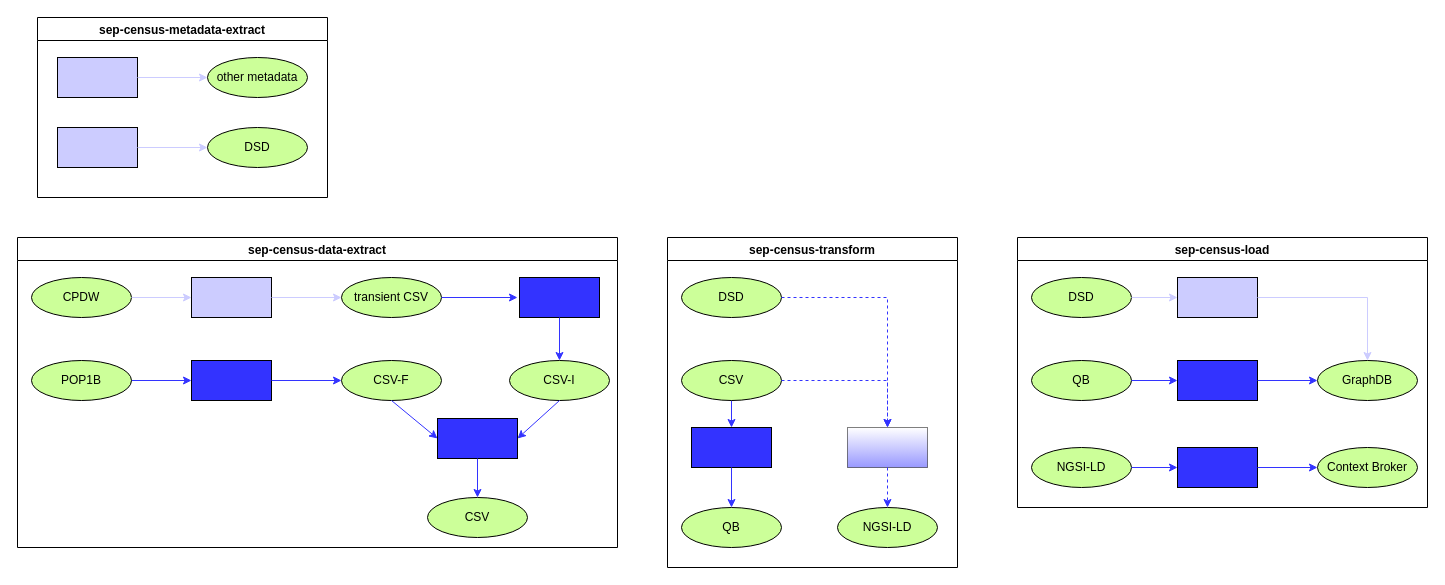
INTERSTAT/Statistics-Contextualized keeps this draw.io diagram as img/sep-flow.drawio. Above is the earlier version. Source tidied: cells renumbered, new cells numbered last; positions are measured from the earlier drawing's top-left corner, leaving out a move shared by most shapes. Both pictures are drawn from the tidied source at 100%, with x=0, y=0 at pixel (17, 17).
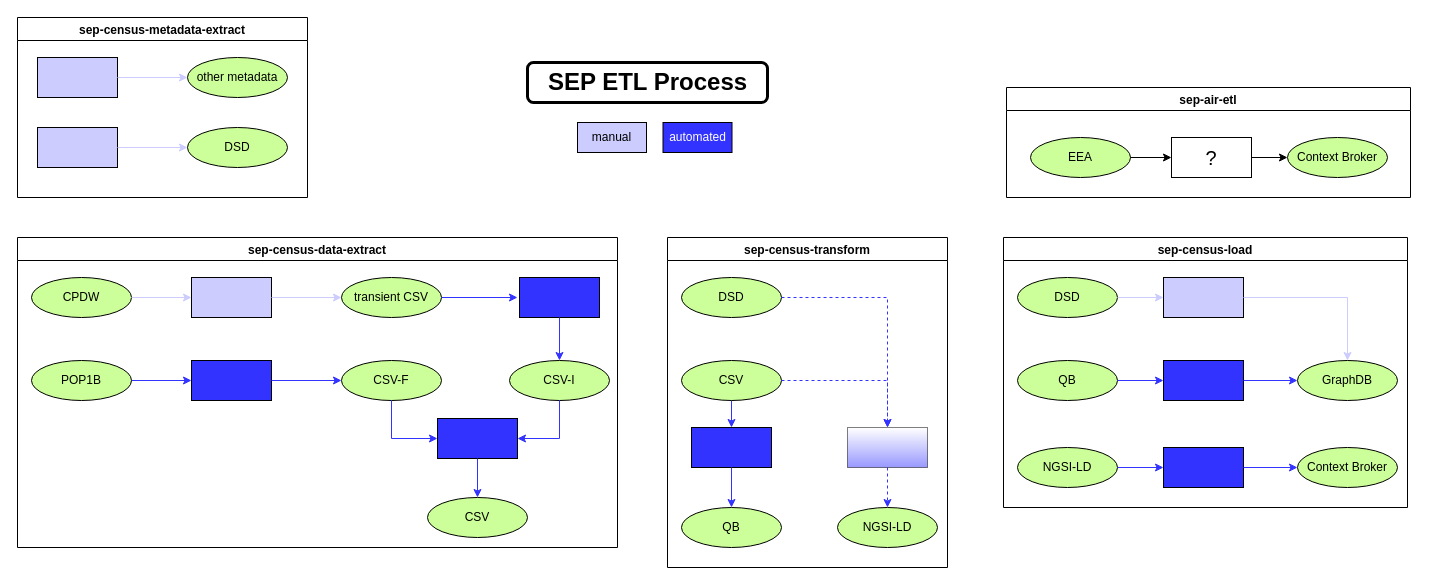
The same page after the edit.

Commit message:
Update SEP flow diagram

Unchanged cells that the change refers to:
```xml
<mxCell id="9" value="sep-census-data-extract" style="swimlane;" parent="1" vertex="1">
  <mxGeometry y="220" width="600" height="310" as="geometry" />
</mxCell>
<mxCell id="15" value="CSV-F" style="ellipse;whiteSpace=wrap;html=1;fillColor=#CCFF99;" parent="9" vertex="1">
  <mxGeometry x="324" y="123" width="100" height="40" as="geometry" />
</mxCell>
<mxCell id="20" value="CSV-I" style="ellipse;whiteSpace=wrap;html=1;fillColor=#CCFF99;" parent="9" vertex="1">
  <mxGeometry x="492" y="123" width="100" height="40" as="geometry" />
</mxCell>
<mxCell id="23" style="rounded=0;whiteSpace=wrap;html=1;fillColor=#3333FF;" parent="9" vertex="1">
  <mxGeometry x="420" y="181" width="80" height="40" as="geometry" />
</mxCell>
```

Change to the diagram source:
```diff
@@
     <mxCell id="2" value="sep-census-metadata-extract" style="swimlane;" parent="1" vertex="1">
-      <mxGeometry x="20" width="290" height="180" as="geometry" />
+      <mxGeometry width="290" height="180" as="geometry" />
     </mxCell>
@@
-    <mxCell id="24" style="endArrow=classic;html=1;rounded=0;strokeColor=#3333FF;entryX=0;entryY=0.5;entryDx=0;entryDy=0;exitX=0.5;exitY=1;exitDx=0;exitDy=0;" parent="9" edge="1" source="15" target="23">
+    <mxCell id="24" style="endArrow=classic;html=1;rounded=0;strokeColor=#3333FF;entryX=0;entryY=0.5;entryDx=0;entryDy=0;exitX=0.5;exitY=1;exitDx=0;exitDy=0;edgeStyle=orthogonalEdgeStyle;" parent="9" edge="1" source="15" target="23">
       <mxGeometry relative="1" as="geometry" />
     </mxCell>
-    <mxCell id="25" style="endArrow=classic;html=1;rounded=0;strokeColor=#3333FF;entryX=1;entryY=0.5;entryDx=0;entryDy=0;exitX=0.5;exitY=1;exitDx=0;exitDy=0;" parent="9" edge="1" source="20" target="23">
+    <mxCell id="25" style="endArrow=classic;html=1;rounded=0;strokeColor=#3333FF;entryX=1;entryY=0.5;entryDx=0;entryDy=0;exitX=0.5;exitY=1;exitDx=0;exitDy=0;edgeStyle=orthogonalEdgeStyle;" parent="9" edge="1" source="20" target="23">
       <mxGeometry relative="1" as="geometry" />
     </mxCell>
@@
     <mxCell id="29" value="sep-census-transform" style="swimlane;" parent="1" vertex="1">
-      <mxGeometry x="650" y="220" width="290" height="330" as="geometry" />
+      <mxGeometry x="650" y="220" width="280" height="330" as="geometry" />
     </mxCell>
@@
     <mxCell id="41" value="sep-census-load" style="swimlane;" parent="1" vertex="1">
-      <mxGeometry x="1000" y="220" width="410" height="270" as="geometry" />
+      <mxGeometry x="986" y="220" width="404" height="270" as="geometry" />
     </mxCell>
@@
     <mxCell id="47" value="GraphDB" style="ellipse;whiteSpace=wrap;html=1;fillColor=#CCFF99;" parent="41" vertex="1">
-      <mxGeometry x="300" y="123" width="100" height="40" as="geometry" />
+      <mxGeometry x="294" y="123" width="100" height="40" as="geometry" />
     </mxCell>
@@
     <mxCell id="52" value="Context Broker" style="ellipse;whiteSpace=wrap;html=1;fillColor=#CCFF99;" parent="41" vertex="1">
-      <mxGeometry x="300" y="210" width="100" height="40" as="geometry" />
+      <mxGeometry x="294" y="210" width="100" height="40" as="geometry" />
     </mxCell>
@@
+    <mxCell id="56" value="SEP ETL Process" style="text;html=1;fontSize=24;fontStyle=1;verticalAlign=middle;align=center;strokeColor=default;rounded=1;strokeWidth=3;" parent="1" vertex="1">
+      <mxGeometry x="510" y="45" width="240" height="40" as="geometry" />
+    </mxCell>
+    <mxCell id="57" value="manual" style="rounded=0;whiteSpace=wrap;html=1;fillColor=#CCCCFF;" parent="1" vertex="1">
+      <mxGeometry x="560" y="105" width="69" height="30" as="geometry" />
+    </mxCell>
+    <mxCell id="58" value="&lt;font color=&quot;#FFFFFF&quot;&gt;automated&lt;/font&gt;" style="rounded=0;whiteSpace=wrap;html=1;fillColor=#3333FF;" parent="1" vertex="1">
+      <mxGeometry x="645.5" y="105" width="69" height="30" as="geometry" />
+    </mxCell>
+    <mxCell id="59" value="sep-air-etl" style="swimlane;" parent="1" vertex="1">
+      <mxGeometry x="989" y="70" width="404" height="110" as="geometry" />
+    </mxCell>
+    <mxCell id="60" value="EEA" style="ellipse;whiteSpace=wrap;html=1;fillColor=#CCFF99;" parent="59" vertex="1">
+      <mxGeometry x="24" y="50" width="100" height="40" as="geometry" />
+    </mxCell>
+    <mxCell id="61" value="&lt;font style=&quot;font-size: 20px&quot;&gt;?&lt;/font&gt;" style="rounded=0;whiteSpace=wrap;html=1;fillColor=#FFFFFF;" parent="59" vertex="1">
+      <mxGeometry x="165" y="50" width="80" height="40" as="geometry" />
+    </mxCell>
+    <mxCell id="62" value="Context Broker" style="ellipse;whiteSpace=wrap;html=1;fillColor=#CCFF99;" parent="59" vertex="1">
+      <mxGeometry x="281" y="50" width="100" height="40" as="geometry" />
+    </mxCell>
+    <mxCell id="63" style="endArrow=classic;html=1;rounded=0;exitX=1;exitY=0.5;exitDx=0;exitDy=0;entryX=0;entryY=0.5;entryDx=0;entryDy=0;strokeColor=#000000;" parent="59" edge="1" source="61" target="62">
+      <mxGeometry relative="1" as="geometry" />
+    </mxCell>
+    <mxCell id="64" style="endArrow=classic;html=1;rounded=0;exitX=1;exitY=0.5;exitDx=0;exitDy=0;entryX=0;entryY=0.5;entryDx=0;entryDy=0;strokeColor=#000000;" parent="59" edge="1" source="60" target="61">
+      <mxGeometry relative="1" as="geometry" />
+    </mxCell>
```
